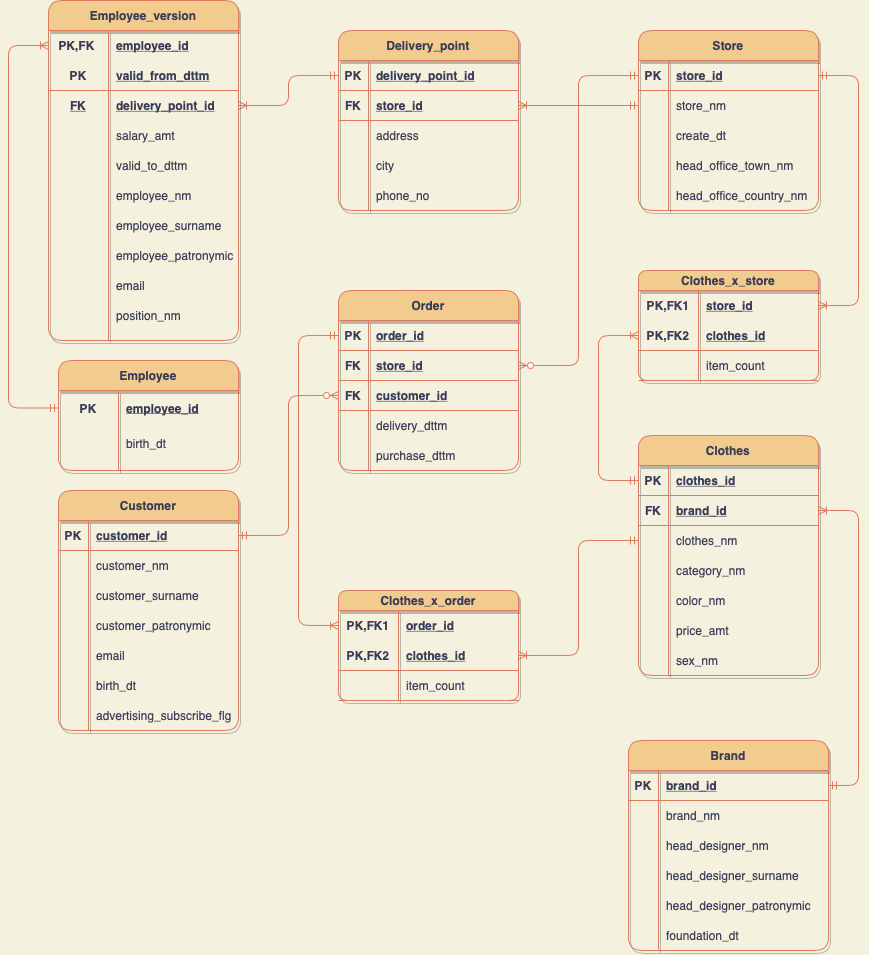
Above: images/LogicalModel.png in werticell/DatabaseProject (draw.io), before the change. Source tidied: cells renumbered, new cells last; positions are measured from the earlier drawing's top-left corner, leaving out a move shared by most shapes.
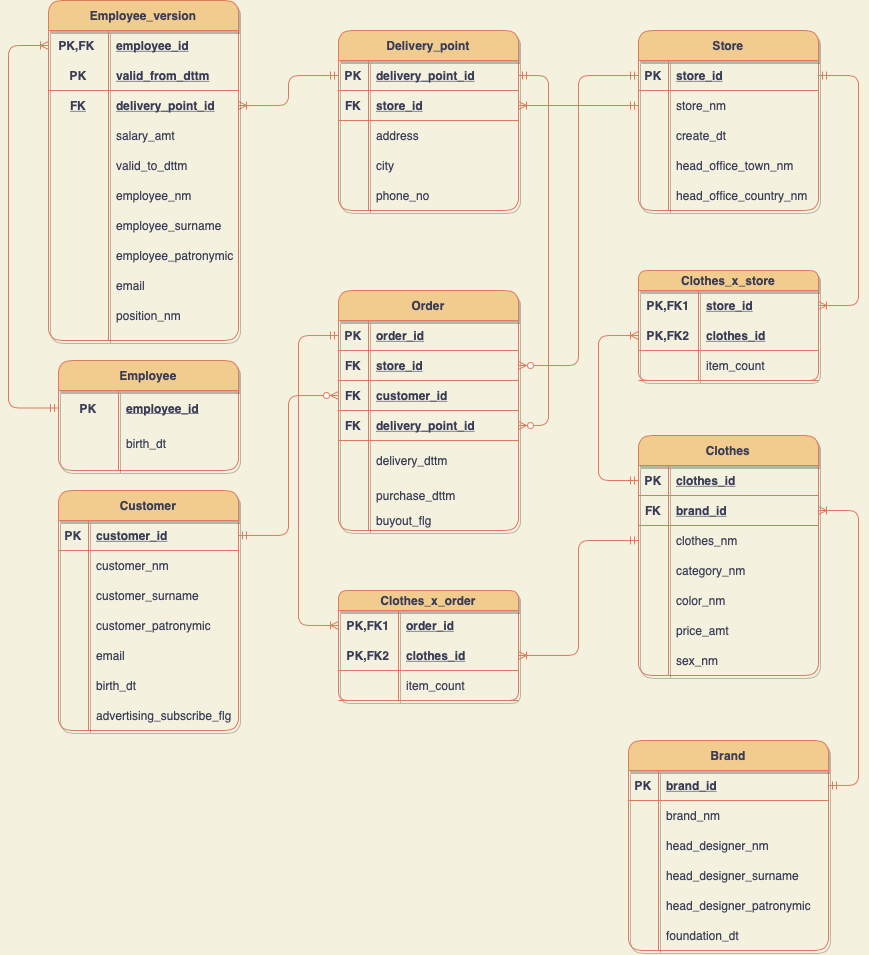
The same diagram one commit later.

Change to the diagram source:
```diff
@@ -3,7 +3,7 @@
     <mxCell id="0" />
     <mxCell id="1" parent="0" />
     <mxCell id="2" value="Order" style="shape=table;startSize=30;rowLines=0;fontStyle=1;align=center;fillColor=#F2CC8F;strokeColor=#E07A5F;fontColor=#393C56;rounded=1;shadow=1;sketch=0;" parent="1" vertex="1">
-      <mxGeometry x="330" y="290" width="180" height="180" as="geometry" />
+      <mxGeometry x="330" y="290" width="180" height="240" as="geometry" />
     </mxCell>
     <mxCell id="3" style="shape=partialRectangle;fillColor=none;top=0;left=0;bottom=1;right=0;points=[[0,0.5],[1,0.5]];portConstraint=eastwest;strokeColor=#E07A5F;fontColor=#393C56;rounded=1;" parent="2" vertex="1">
       <mxGeometry y="30" width="180" height="30" as="geometry" />
@@ -32,17 +32,26 @@
     <mxCell id="11" value="customer_id" style="shape=partialRectangle;fillColor=none;top=0;left=0;bottom=0;right=0;align=left;spacingLeft=6;fontStyle=5;overflow=hidden;strokeColor=#E07A5F;fontColor=#393C56;rounded=1;" parent="9" vertex="1">
       <mxGeometry x="30" width="150" height="30" as="geometry" />
     </mxCell>
+    <mxCell id="181" style="shape=partialRectangle;fillColor=none;top=0;left=0;bottom=1;right=0;points=[[0,0.5],[1,0.5]];portConstraint=eastwest;strokeColor=#E07A5F;fontColor=#393C56;rounded=1;" parent="2" vertex="1">
+      <mxGeometry y="120" width="180" height="30" as="geometry" />
+    </mxCell>
+    <mxCell id="182" value="FK" style="shape=partialRectangle;fillColor=none;top=0;left=0;bottom=0;right=0;fontStyle=1;overflow=hidden;strokeColor=#E07A5F;fontColor=#393C56;rounded=1;" parent="181" vertex="1">
+      <mxGeometry width="30" height="30" as="geometry" />
+    </mxCell>
+    <mxCell id="183" value="delivery_point_id" style="shape=partialRectangle;fillColor=none;top=0;left=0;bottom=0;right=0;align=left;spacingLeft=6;fontStyle=5;overflow=hidden;strokeColor=#E07A5F;fontColor=#393C56;rounded=1;" parent="181" vertex="1">
+      <mxGeometry x="30" width="150" height="30" as="geometry" />
+    </mxCell>
     <mxCell id="12" style="shape=partialRectangle;fillColor=none;top=0;left=0;bottom=0;right=0;strokeColor=#E07A5F;fontColor=#393C56;rounded=1;" parent="2" vertex="1">
-      <mxGeometry y="120" width="180" height="30" as="geometry" />
+      <mxGeometry y="150" width="180" height="40" as="geometry" />
     </mxCell>
     <mxCell id="13" style="shape=partialRectangle;fillColor=none;top=0;left=0;bottom=0;right=0;overflow=hidden;strokeColor=#E07A5F;fontColor=#393C56;rounded=1;" parent="12" vertex="1">
-      <mxGeometry width="30" height="30" as="geometry" />
+      <mxGeometry width="30" height="40" as="geometry" />
     </mxCell>
     <mxCell id="14" value="delivery_dttm" style="shape=partialRectangle;fillColor=none;top=0;left=0;bottom=0;right=0;align=left;spacingLeft=6;overflow=hidden;strokeColor=#E07A5F;fontColor=#393C56;rounded=1;" parent="12" vertex="1">
-      <mxGeometry x="30" width="150" height="30" as="geometry" />
+      <mxGeometry x="30" width="150" height="40" as="geometry" />
     </mxCell>
     <mxCell id="15" style="shape=partialRectangle;fillColor=none;top=0;left=0;bottom=0;right=0;strokeColor=#E07A5F;fontColor=#393C56;rounded=1;" parent="2" vertex="1">
-      <mxGeometry y="150" width="180" height="30" as="geometry" />
+      <mxGeometry y="190" width="180" height="30" as="geometry" />
     </mxCell>
     <mxCell id="16" style="shape=partialRectangle;fillColor=none;top=0;left=0;bottom=0;right=0;overflow=hidden;strokeColor=#E07A5F;fontColor=#393C56;rounded=1;" parent="15" vertex="1">
       <mxGeometry width="30" height="30" as="geometry" />
@@ -50,6 +59,15 @@
     <mxCell id="17" value="purchase_dttm" style="shape=partialRectangle;fillColor=none;top=0;left=0;bottom=0;right=0;align=left;spacingLeft=6;overflow=hidden;strokeColor=#E07A5F;fontColor=#393C56;rounded=1;" parent="15" vertex="1">
       <mxGeometry x="30" width="150" height="30" as="geometry" />
     </mxCell>
+    <mxCell id="184" style="shape=partialRectangle;fillColor=none;top=0;left=0;bottom=0;right=0;strokeColor=#E07A5F;fontColor=#393C56;rounded=1;" parent="2" vertex="1">
+      <mxGeometry y="220" width="180" height="20" as="geometry" />
+    </mxCell>
+    <mxCell id="185" style="shape=partialRectangle;fillColor=none;top=0;left=0;bottom=0;right=0;overflow=hidden;strokeColor=#E07A5F;fontColor=#393C56;rounded=1;" parent="184" vertex="1">
+      <mxGeometry width="30" height="20" as="geometry" />
+    </mxCell>
+    <mxCell id="186" value="buyout_flg" style="shape=partialRectangle;fillColor=none;top=0;left=0;bottom=0;right=0;align=left;spacingLeft=6;overflow=hidden;strokeColor=#E07A5F;fontColor=#393C56;rounded=1;" parent="184" vertex="1">
+      <mxGeometry x="30" width="150" height="20" as="geometry" />
+    </mxCell>
     <mxCell id="18" value="Delivery_point" style="shape=table;startSize=30;rowLines=0;fontStyle=1;align=center;fillColor=#F2CC8F;strokeColor=#E07A5F;fontColor=#393C56;rounded=1;shadow=1;" parent="1" vertex="1">
       <mxGeometry x="330" y="30" width="180" height="180" as="geometry" />
     </mxCell>
@@ -563,5 +581,13 @@
         </Array>
       </mxGeometry>
     </mxCell>
+    <mxCell id="187" style="edgeStyle=orthogonalEdgeStyle;fontSize=12;html=1;endArrow=ERzeroToMany;startArrow=ERmandOne;entryX=1;entryY=0.5;entryDx=0;entryDy=0;exitX=1;exitY=0.5;exitDx=0;exitDy=0;strokeColor=#E07A5F;fontColor=#393C56;labelBackgroundColor=#F4F1DE;" parent="1" edge="1" source="19" target="181">
+      <mxGeometry relative="1" as="geometry">
+        <Array as="points">
+          <mxPoint x="540" y="75" />
+          <mxPoint x="540" y="425" />
+        </Array>
+      </mxGeometry>
+    </mxCell>
   </root>
 </mxGraphModel>
```
